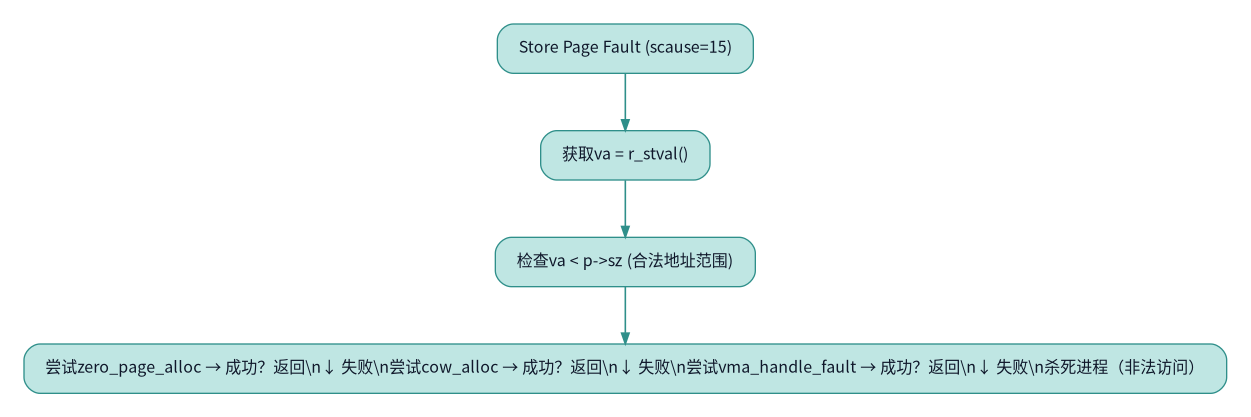
The Graphviz diagram docs/diagrams/memory-diagram-18.png in gan-rui-lin/xv6-lab, before a commit. Its source is kept beside it as docs/diagrams/memory-diagram-18.dot. Source of this version:
```dot
digraph Diagram {
  graph [
    rankdir=TB,
    bgcolor="transparent",
    pad="0.25",
    nodesep="0.50",
    ranksep="0.60"
  ];
  edge [color="#2f8f8a", penwidth=1.2, arrowsize=0.8];
  node [
    shape=box,
    style="rounded,filled",
    fillcolor="#bfe6e3",
    color="#2f8f8a",
    fontcolor="#0f172a",
    fontname="Noto Sans CJK SC",
    fontsize=12,
    margin="0.22,0.16"
  ];
  step1 [label="Store Page Fault (scause=15)\l"];
  step2 [label="获取va = r_stval()\l"];
  step3 [label="检查va < p->sz (合法地址范围)\l"];
  step4 [label="尝试zero_page_alloc → 成功？返回\\n↓ 失败\\n尝试cow_alloc → 成功？返回\\n↓ 失败\\n尝试vma_handle_fault → 成功？返回\\n↓ 失败\\n杀死进程（非法访问）\l"];
  step1 -> step2;
  step2 -> step3;
  step3 -> step4;
}
```
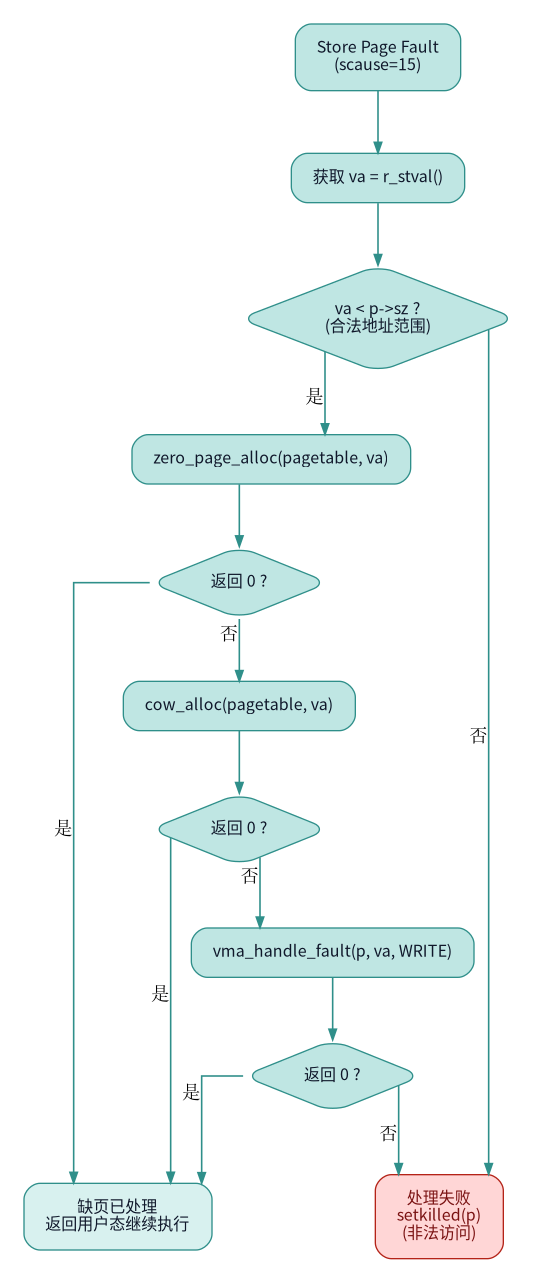
The same diagram one commit later.

Diff of the diagram source:
```diff
@@ -4,7 +4,8 @@
     bgcolor="transparent",
     pad="0.25",
     nodesep="0.50",
-    ranksep="0.60"
+    ranksep="0.65",
+    splines=ortho
   ];
   edge [color="#2f8f8a", penwidth=1.2, arrowsize=0.8];
   node [
@@ -17,11 +18,36 @@
     fontsize=12,
     margin="0.22,0.16"
   ];
-  step1 [label="Store Page Fault (scause=15)\l"];
-  step2 [label="获取va = r_stval()\l"];
-  step3 [label="检查va < p->sz (合法地址范围)\l"];
-  step4 [label="尝试zero_page_alloc → 成功？返回\\n↓ 失败\\n尝试cow_alloc → 成功？返回\\n↓ 失败\\n尝试vma_handle_fault → 成功？返回\\n↓ 失败\\n杀死进程（非法访问）\l"];
-  step1 -> step2;
-  step2 -> step3;
-  step3 -> step4;
+  step1 [label="Store Page Fault\n(scause=15)"];
+  step2 [label="获取 va = r_stval()"];
+  step3 [shape=diamond, margin="0.16,0.10", label="va < p->sz ?\n(合法地址范围)"];
+
+  z0 [label="zero_page_alloc(pagetable, va)"];
+  z1 [shape=diamond, margin="0.16,0.10", label="返回 0 ?"];
+
+  c0 [label="cow_alloc(pagetable, va)"];
+  c1 [shape=diamond, margin="0.16,0.10", label="返回 0 ?"];
+
+  v0 [label="vma_handle_fault(p, va, WRITE)"];
+  v1 [shape=diamond, margin="0.16,0.10", label="返回 0 ?"];
+
+  ok [fillcolor="#d8f1ef", label="缺页已处理\n返回用户态继续执行"];
+  kill [fillcolor="#ffd6d6", color="#b42318", fontcolor="#7a1212", label="处理失败\nsetkilled(p)\n(非法访问)"];
+
+  step1 -> step2 -> step3;
+
+  step3 -> z0 [xlabel="是"];
+  step3 -> kill [xlabel="否"];
+
+  z0 -> z1;
+  z1 -> ok [xlabel="是"];
+  z1 -> c0 [xlabel="否"];
+
+  c0 -> c1;
+  c1 -> ok [xlabel="是"];
+  c1 -> v0 [xlabel="否"];
+
+  v0 -> v1;
+  v1 -> ok [xlabel="是"];
+  v1 -> kill [xlabel="否"];
 }
```
